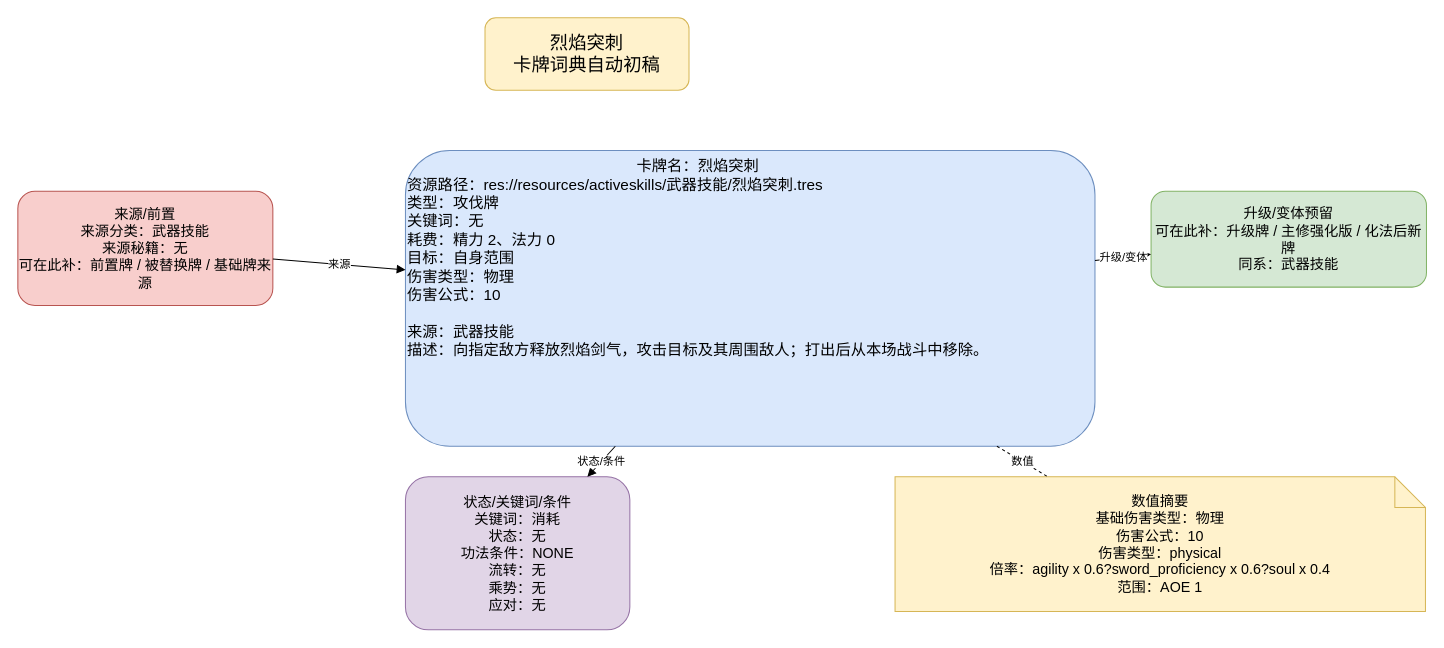
This is docs/卡牌词典/武器技能/烈焰突刺.drawio from ankundanetracyc-spec/tian-guan-you-du, a draw.io file, before an edit. Source tidied: cells renumbered, new cells numbered last; positions are measured from the earlier drawing's top-left corner, leaving out a move shared by most shapes. Both pictures are drawn from the tidied source at 102%, with x=0, y=0 at pixel (17, 17).
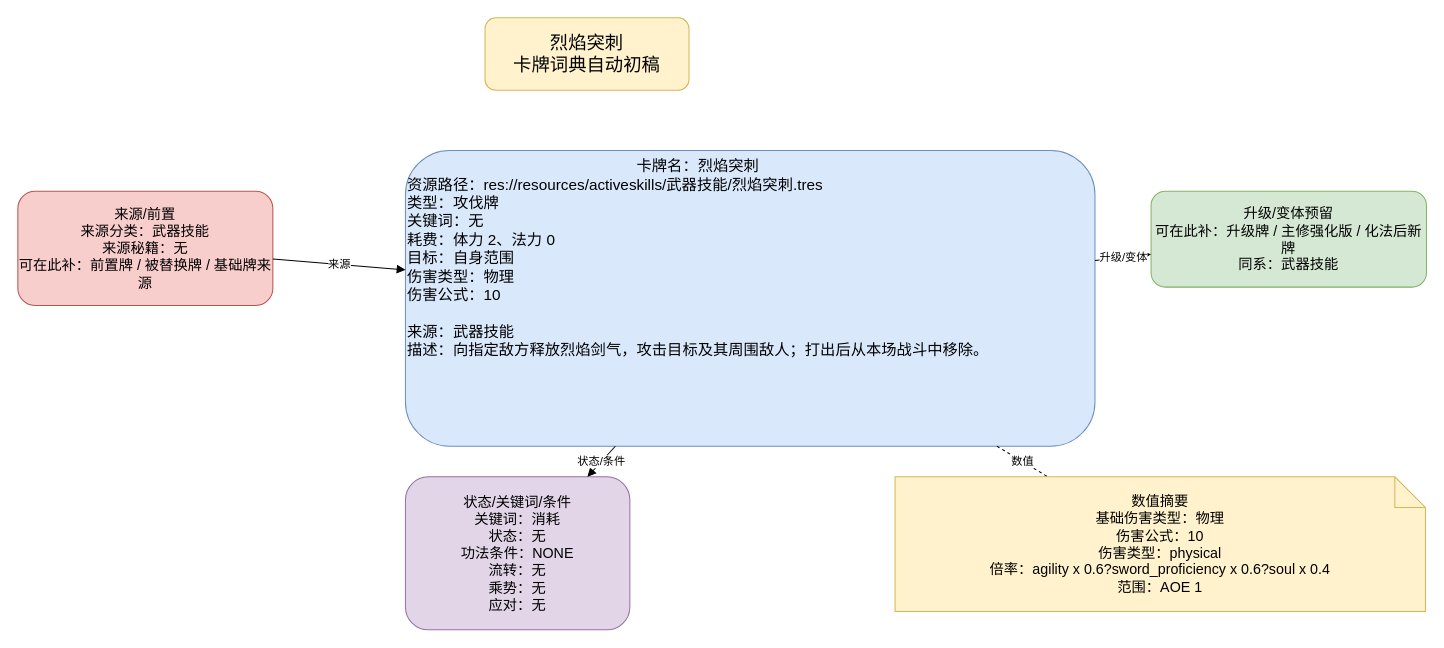
Above is the later version.

The edit, as a diff of the source:
```diff
@@
 <mxGraphModel>
   <root>
     <mxCell id="0" />
     <mxCell id="1" parent="0" />
     <mxCell id="2" value="烈焰突刺&#10;卡牌词典自动初稿" style="rounded=1;whiteSpace=wrap;html=1;fillColor=#fff2cc;strokeColor=#d6b656;fontSize=18;" parent="1" vertex="1">
       <mxGeometry x="458" width="200" height="71" as="geometry" />
     </mxCell>
-    <mxCell id="3" value="&lt;div style=&quot;text-align:center;&quot;&gt;卡牌名：烈焰突刺&lt;/div&gt;&lt;div style=&quot;text-align:left;&quot;&gt;资源路径：res://resources/activeskills/武器技能/烈焰突刺.tres&lt;br&gt;类型：攻伐牌&lt;br&gt;关键词：无&lt;br&gt;耗费：精力 2、法力 0&lt;br&gt;目标：自身范围&lt;br&gt;伤害类型：物理&lt;br&gt;伤害公式：10&lt;/div&gt;&lt;br&gt;来源：武器技能&lt;br&gt;描述：向指定敌方释放烈焰剑气，攻击目标及其周围敌人；打出后从本场战斗中移除。" style="rounded=1;whiteSpace=wrap;html=1;fillColor=#dae8fc;strokeColor=#6c8ebf;fontSize=15;align=left;verticalAlign=top;" parent="1" vertex="1">
+    <mxCell id="3" value="&lt;div style=&quot;text-align:center;&quot;&gt;卡牌名：烈焰突刺&lt;/div&gt;&lt;div style=&quot;text-align:left;&quot;&gt;资源路径：res://resources/activeskills/武器技能/烈焰突刺.tres&lt;br&gt;类型：攻伐牌&lt;br&gt;关键词：无&lt;br&gt;耗费：体力 2、法力 0&lt;br&gt;目标：自身范围&lt;br&gt;伤害类型：物理&lt;br&gt;伤害公式：10&lt;/div&gt;&lt;br&gt;来源：武器技能&lt;br&gt;描述：向指定敌方释放烈焰剑气，攻击目标及其周围敌人；打出后从本场战斗中移除。" style="rounded=1;whiteSpace=wrap;html=1;fillColor=#dae8fc;strokeColor=#6c8ebf;fontSize=15;align=left;verticalAlign=top;" parent="1" vertex="1">
       <mxGeometry x="380" y="130" width="676" height="290" as="geometry" />
     </mxCell>
     <mxCell id="4" value="来源/前置&#10;来源分类：武器技能&#10;来源秘籍：无&#10;可在此补：前置牌 / 被替换牌 / 基础牌来源" style="rounded=1;whiteSpace=wrap;html=1;fillColor=#f8cecc;strokeColor=#b85450;fontSize=14;" parent="1" vertex="1">
       <mxGeometry y="170" width="250" height="112" as="geometry" />
     </mxCell>
     <mxCell id="5" value="升级/变体预留&#10;可在此补：升级牌 / 主修强化版 / 化法后新牌&#10;同系：武器技能" style="rounded=1;whiteSpace=wrap;html=1;fillColor=#d5e8d4;strokeColor=#82b366;fontSize=14;" parent="1" vertex="1">
       <mxGeometry x="1111" y="170" width="270" height="94" as="geometry" />
     </mxCell>
     <mxCell id="6" value="状态/关键词/条件&#10;关键词：消耗&#10;状态：无&#10;功法条件：NONE&#10;流转：无&#10;乘势：无&#10;应对：无" style="rounded=1;whiteSpace=wrap;html=1;fillColor=#e1d5e7;strokeColor=#9673a6;fontSize=14;" parent="1" vertex="1">
       <mxGeometry x="380" y="450" width="220" height="150" as="geometry" />
     </mxCell>
     <mxCell id="7" value="数值摘要&lt;br&gt;基础伤害类型：物理&lt;br&gt;伤害公式：10&lt;br&gt;伤害类型：physical&lt;br&gt;倍率：agility x 0.6?sword_proficiency x 0.6?soul x 0.4&lt;br&gt;范围：AOE 1" style="shape=note;whiteSpace=wrap;html=1;fillColor=#fff2cc;strokeColor=#d6b656;fontSize=14;" parent="1" vertex="1">
       <mxGeometry x="860" y="450" width="520" height="132" as="geometry" />
     </mxCell>
     <mxCell id="8" value="来源" style="endArrow=block;html=1;rounded=0;" parent="1" edge="1" source="4" target="3">
       <mxGeometry relative="1" as="geometry" />
     </mxCell>
     <mxCell id="9" value="升级/变体" style="endArrow=block;html=1;rounded=0;" parent="1" edge="1" source="3" target="5">
       <mxGeometry relative="1" as="geometry" />
     </mxCell>
     <mxCell id="10" value="状态/条件" style="endArrow=block;html=1;rounded=0;" parent="1" edge="1" source="3" target="6">
       <mxGeometry relative="1" as="geometry" />
     </mxCell>
     <mxCell id="11" value="数值" style="endArrow=none;dashed=1;html=1;" parent="1" edge="1" source="3" target="7">
       <mxGeometry relative="1" as="geometry" />
     </mxCell>
   </root>
 </mxGraphModel>
```
